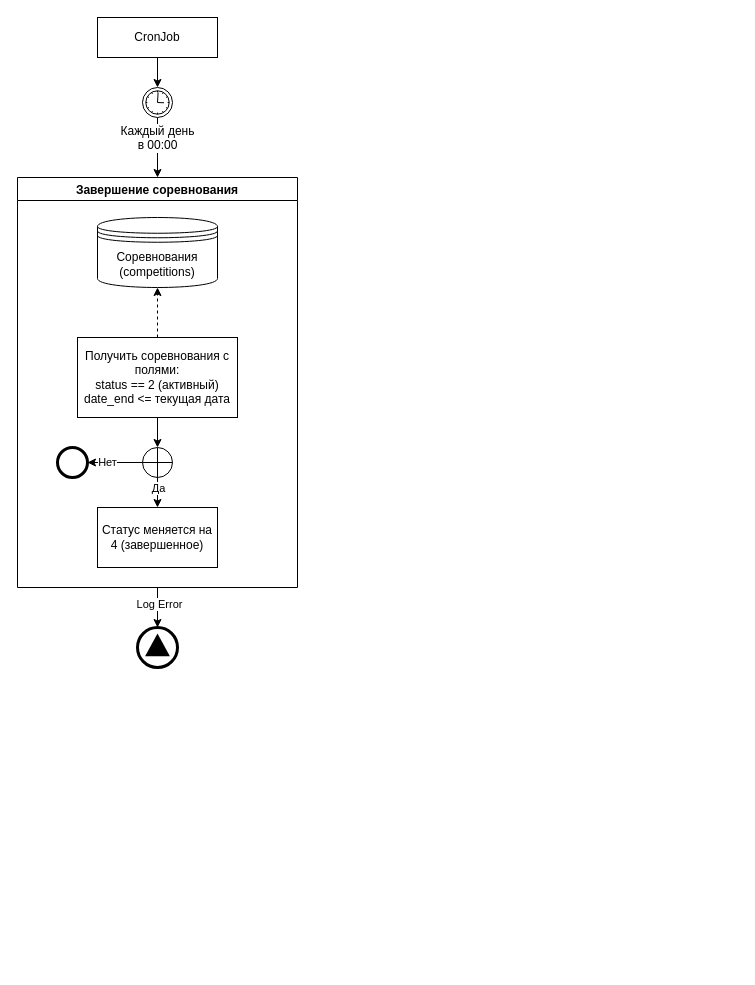
This is page "Автоматическое" (1 of 2) of Завершение соревнования.drawio from aau8/draw.io, a draw.io file, before an edit. Source tidied: cells renumbered, new cells numbered last; positions are measured from the earlier drawing's top-left corner, leaving out a move shared by most shapes. Both pictures are drawn from the tidied source at 100%, with x=0, y=0 at pixel (17, 17).
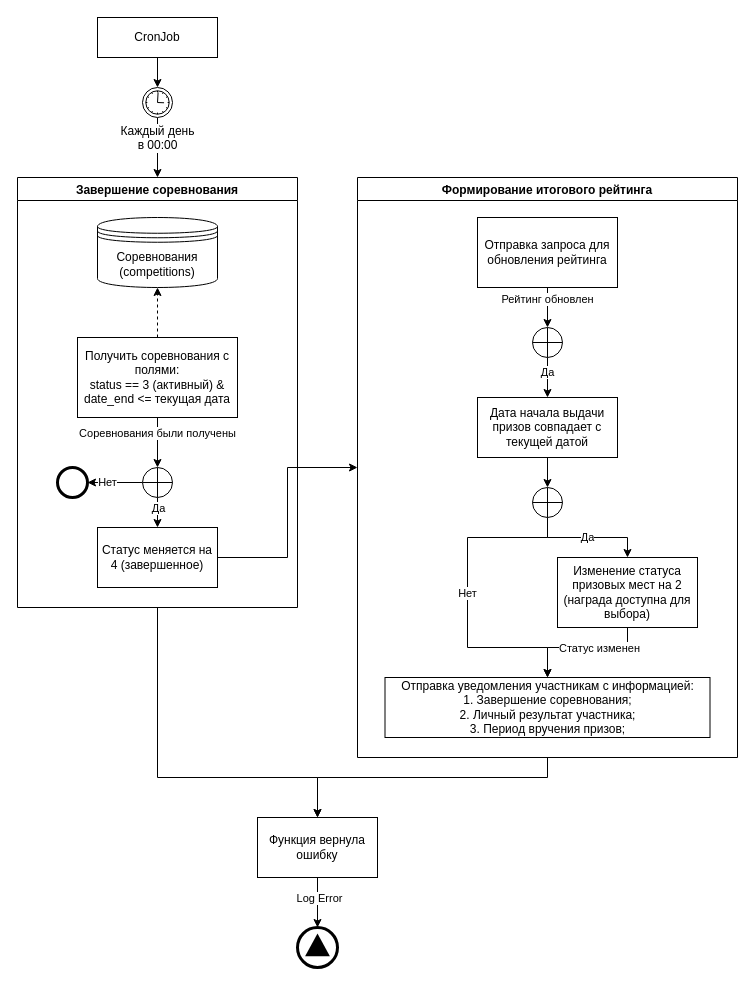
The same diagram, later.

Unchanged cells that the change refers to:
```xml
<mxCell id="4" style="edgeStyle=orthogonalEdgeStyle;rounded=0;jettySize=auto;html=1;" parent="3" edge="1" source="6" target="11">
  <mxGeometry relative="1" as="geometry" />
</mxCell>
```

Diff of the diagram source:
```diff
@@
+    <mxCell id="21" style="edgeStyle=orthogonalEdgeStyle;rounded=0;jettySize=auto;html=1;" parent="1" edge="1" source="3" target="23">
+      <mxGeometry relative="1" as="geometry">
+        <Array as="points">
+          <mxPoint x="140" y="760" />
+          <mxPoint x="300" y="760" />
+        </Array>
+      </mxGeometry>
+    </mxCell>
     <mxCell id="3" value="Завершение соревнования" style="swimlane;" parent="1" vertex="1">
-      <mxGeometry y="160" width="280" height="410" as="geometry" />
+      <mxGeometry y="160" width="280" height="430" as="geometry" />
     </mxCell>
@@
+    <mxCell id="22" value="Соревнования были получены" style="edgeLabel;html=1;align=center;verticalAlign=middle;" parent="4" vertex="1">
+      <mxGeometry x="-0.41" y="-1" relative="1" as="geometry" />
+    </mxCell>
@@
-    <mxCell id="6" value="Получить соревнования с полями:&lt;br&gt;status == 2 (активный)&lt;br&gt;date_end &amp;lt;= текущая дата" style="rounded=0;whiteSpace=wrap;html=1;" parent="3" vertex="1">
+    <mxCell id="6" value="Получить соревнования с полями:&lt;br&gt;status == 3 (активный) &amp;amp;&lt;br&gt;date_end &amp;lt;= текущая дата" style="rounded=0;whiteSpace=wrap;html=1;" parent="3" vertex="1">
       <mxGeometry x="60" y="160" width="160" height="80" as="geometry" />
     </mxCell>
@@
     <mxCell id="11" style="shape=orEllipse;perimeter=ellipsePerimeter;whiteSpace=wrap;html=1;backgroundOutline=1;" parent="3" vertex="1">
-      <mxGeometry x="125" y="270" width="30" height="30" as="geometry" />
+      <mxGeometry x="125" y="290" width="30" height="30" as="geometry" />
     </mxCell>
     <mxCell id="12" value="Статус меняется на 4 (завершенное)" style="whiteSpace=wrap;html=1;" parent="3" vertex="1">
-      <mxGeometry x="80" y="330" width="120" height="60" as="geometry" />
+      <mxGeometry x="80" y="350" width="120" height="60" as="geometry" />
     </mxCell>
@@
     <mxCell id="14" style="points=[[0.145,0.145,0],[0.5,0,0],[0.855,0.145,0],[1,0.5,0],[0.855,0.855,0],[0.5,1,0],[0.145,0.855,0],[0,0.5,0]];shape=mxgraph.bpmn.event;html=1;verticalLabelPosition=bottom;labelBackgroundColor=#ffffff;verticalAlign=top;align=center;perimeter=ellipsePerimeter;outlineConnect=0;outline=end;symbol=terminate2;" parent="3" vertex="1">
-      <mxGeometry x="40" y="270" width="30" height="30" as="geometry" />
+      <mxGeometry x="40" y="290" width="30" height="30" as="geometry" />
     </mxCell>
@@
     <mxCell id="18" style="points=[[0.145,0.145,0],[0.5,0,0],[0.855,0.145,0],[1,0.5,0],[0.855,0.855,0],[0.5,1,0],[0.145,0.855,0],[0,0.5,0]];shape=mxgraph.bpmn.event;html=1;verticalLabelPosition=bottom;labelBackgroundColor=#ffffff;verticalAlign=top;align=center;perimeter=ellipsePerimeter;outlineConnect=0;outline=end;symbol=signal;" parent="1" vertex="1">
-      <mxGeometry x="120" y="610" width="40" height="40" as="geometry" />
+      <mxGeometry x="280" y="910" width="40" height="40" as="geometry" />
     </mxCell>
-    <mxCell id="19" style="edgeStyle=orthogonalEdgeStyle;rounded=0;jettySize=auto;html=1;" parent="1" edge="1" source="3" target="18">
+    <mxCell id="19" style="edgeStyle=orthogonalEdgeStyle;rounded=0;jettySize=auto;html=1;" parent="1" edge="1" source="23" target="18">
       <mxGeometry relative="1" as="geometry" />
     </mxCell>
@@
+    <mxCell id="23" value="Функция вернула ошибку" style="whiteSpace=wrap;html=1;" parent="1" vertex="1">
+      <mxGeometry x="240" y="800" width="120" height="60" as="geometry" />
+    </mxCell>
+    <mxCell id="24" style="edgeStyle=orthogonalEdgeStyle;rounded=0;jettySize=auto;html=1;exitX=0.5;exitY=1;exitDx=0;exitDy=0;" parent="1" edge="1" source="25" target="23">
+      <mxGeometry relative="1" as="geometry">
+        <Array as="points">
+          <mxPoint x="530" y="760" />
+          <mxPoint x="300" y="760" />
+        </Array>
+      </mxGeometry>
+    </mxCell>
+    <mxCell id="25" value="Формирование итогового рейтинга" style="swimlane;" parent="1" vertex="1">
+      <mxGeometry x="340" y="160" width="380" height="580" as="geometry" />
+    </mxCell>
+    <mxCell id="26" style="edgeStyle=orthogonalEdgeStyle;rounded=0;jettySize=auto;html=1;" parent="25" edge="1" source="28" target="34">
+      <mxGeometry relative="1" as="geometry" />
+    </mxCell>
+    <mxCell id="27" value="Рейтинг обновлен" style="edgeLabel;html=1;align=center;verticalAlign=middle;" parent="26" vertex="1">
+      <mxGeometry x="-0.43" y="-1" relative="1" as="geometry" />
+    </mxCell>
+    <mxCell id="28" value="Отправка запроса для обновления рейтинга" style="whiteSpace=wrap;html=1;rounded=0;" parent="25" vertex="1">
+      <mxGeometry x="120" y="40" width="140" height="70" as="geometry" />
+    </mxCell>
+    <mxCell id="29" style="edgeStyle=orthogonalEdgeStyle;rounded=0;jettySize=auto;html=1;" parent="25" edge="1" source="31" target="41">
+      <mxGeometry relative="1" as="geometry">
+        <Array as="points">
+          <mxPoint x="270" y="470" />
+          <mxPoint x="190" y="470" />
+        </Array>
+      </mxGeometry>
+    </mxCell>
+    <mxCell id="30" value="Статус изменен" style="edgeLabel;html=1;align=center;verticalAlign=middle;" parent="29" vertex="1">
+      <mxGeometry x="-0.25" relative="1" as="geometry" />
+    </mxCell>
+    <mxCell id="31" value="Изменение статуса призовых мест на 2 (награда доступна для выбора)" style="whiteSpace=wrap;html=1;rounded=0;" parent="25" vertex="1">
+      <mxGeometry x="200" y="380" width="140" height="70" as="geometry" />
+    </mxCell>
+    <mxCell id="32" style="edgeStyle=orthogonalEdgeStyle;rounded=0;jettySize=auto;html=1;" parent="25" edge="1" source="34" target="35">
+      <mxGeometry relative="1" as="geometry" />
+    </mxCell>
+    <mxCell id="33" value="Да" style="edgeLabel;html=1;align=center;verticalAlign=middle;" parent="32" vertex="1">
+      <mxGeometry x="-0.29" y="-1" relative="1" as="geometry" />
+    </mxCell>
+    <mxCell id="34" style="shape=orEllipse;perimeter=ellipsePerimeter;whiteSpace=wrap;html=1;backgroundOutline=1;" parent="25" vertex="1">
+      <mxGeometry x="175" y="150" width="30" height="30" as="geometry" />
+    </mxCell>
+    <mxCell id="35" value="Дата начала выдачи призов совпадает с текущей датой" style="whiteSpace=wrap;html=1;rounded=0;" parent="25" vertex="1">
+      <mxGeometry x="120" y="220" width="140" height="60" as="geometry" />
+    </mxCell>
+    <mxCell id="36" value="Да" style="edgeStyle=orthogonalEdgeStyle;rounded=0;jettySize=auto;html=1;" parent="25" edge="1" source="39" target="31">
+      <mxGeometry relative="1" as="geometry" />
+    </mxCell>
+    <mxCell id="37" style="edgeStyle=orthogonalEdgeStyle;rounded=0;jettySize=auto;html=1;entryX=0.5;entryY=0;entryDx=0;entryDy=0;" parent="25" edge="1" source="39" target="41">
+      <mxGeometry relative="1" as="geometry">
+        <Array as="points">
+          <mxPoint x="190" y="360" />
+          <mxPoint x="110" y="360" />
+          <mxPoint x="110" y="470" />
+          <mxPoint x="190" y="470" />
+        </Array>
+      </mxGeometry>
+    </mxCell>
+    <mxCell id="38" value="Нет" style="edgeLabel;html=1;align=center;verticalAlign=middle;" parent="37" vertex="1">
+      <mxGeometry x="0.07" y="-1" relative="1" as="geometry">
+        <mxPoint y="-16" as="offset" />
+      </mxGeometry>
+    </mxCell>
+    <mxCell id="39" style="shape=orEllipse;perimeter=ellipsePerimeter;whiteSpace=wrap;html=1;backgroundOutline=1;" parent="25" vertex="1">
+      <mxGeometry x="175" y="310" width="30" height="30" as="geometry" />
+    </mxCell>
+    <mxCell id="40" style="edgeStyle=orthogonalEdgeStyle;rounded=0;jettySize=auto;html=1;" parent="25" edge="1" source="35" target="39">
+      <mxGeometry relative="1" as="geometry" />
+    </mxCell>
+    <mxCell id="41" value="Отправка уведомления участникам с информацией:&lt;br&gt;1. Завершение соревнования;&lt;br&gt;2. Личный результат участника;&lt;br&gt;3. Период вручения призов;" style="whiteSpace=wrap;html=1;rounded=0;" parent="25" vertex="1">
+      <mxGeometry x="27.5" y="500" width="325" height="60" as="geometry" />
+    </mxCell>
+    <mxCell id="42" style="edgeStyle=orthogonalEdgeStyle;rounded=0;jettySize=auto;html=1;entryX=0;entryY=0.5;entryDx=0;entryDy=0;" parent="1" edge="1" source="12" target="25">
+      <mxGeometry relative="1" as="geometry" />
+    </mxCell>
```
